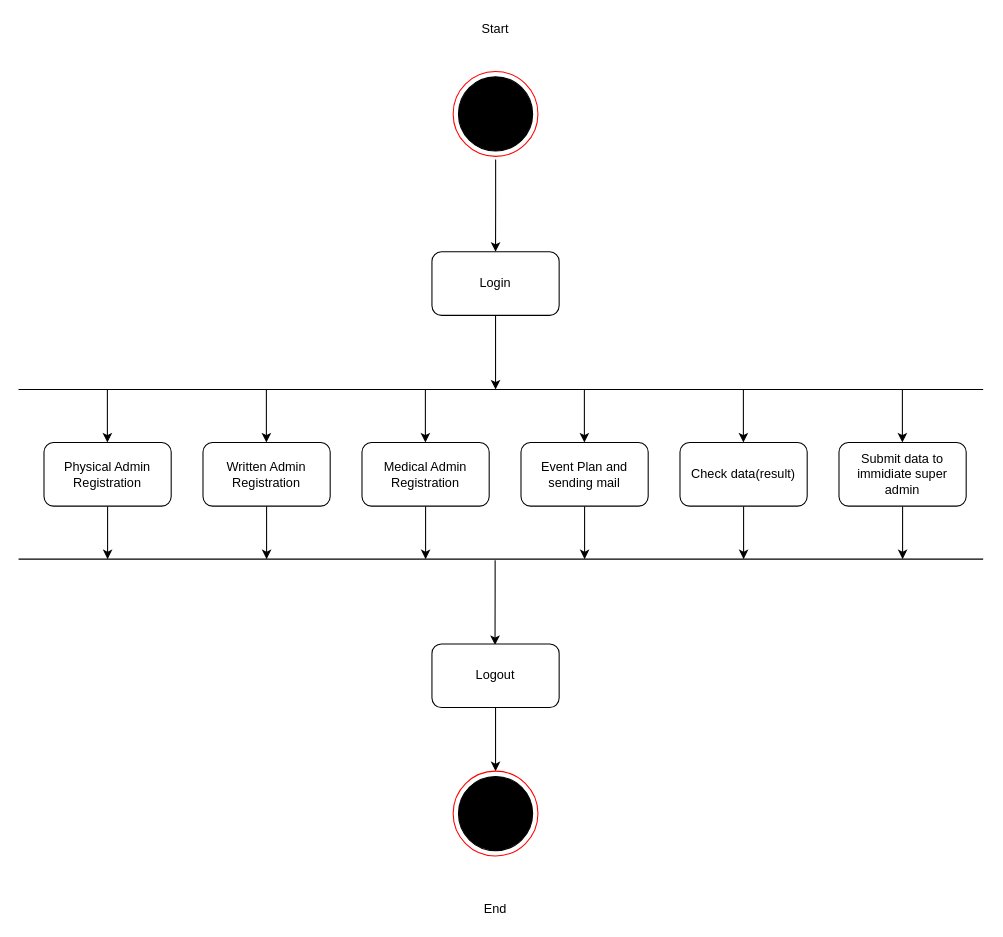
This is Documentation/Diagrams/Raw/Activity/Activity_City_Admin.drawio from phoenix-295/Police_Bharti, a draw.io file, before an edit. Source tidied: cells renumbered, new cells numbered last; positions are measured from the earlier drawing's top-left corner, leaving out a move shared by most shapes. Both pictures are drawn from the tidied source at 106%, with x=0, y=0 at pixel (18, 18).
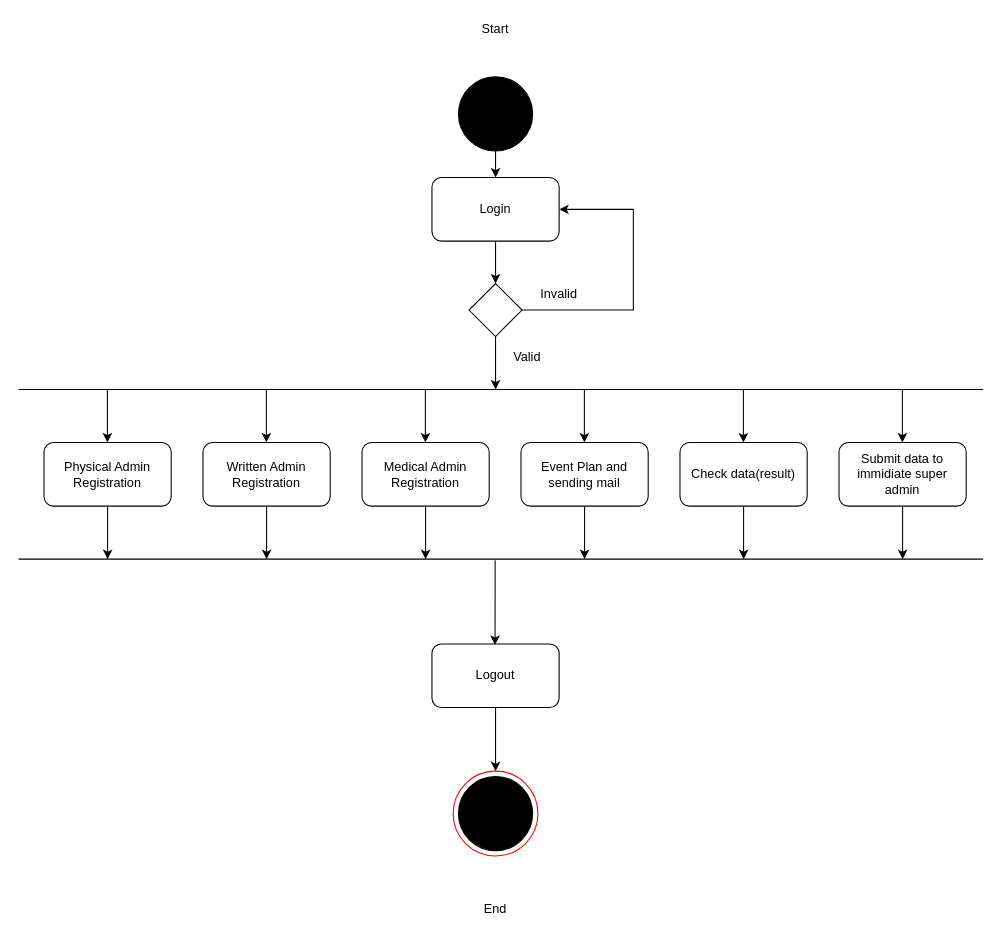
Above is the later version.

The change refers to these unchanged cells:
```xml
<mxCell id="2" style="group;" parent="1" vertex="1">
  <mxGeometry x="410" y="50" width="80" height="80" as="geometry" />
</mxCell>
<mxCell id="4" style="ellipse;whiteSpace=wrap;html=1;fillColor=#000000;" parent="2" vertex="1">
  <mxGeometry x="5" y="5" width="70" height="70" as="geometry" />
</mxCell>
```

What changed in the source:
```diff
@@
-    <mxCell id="3" style="ellipse;whiteSpace=wrap;html=1;strokeColor=#FF0000;" parent="2" vertex="1">
-      <mxGeometry width="80" height="80" as="geometry" />
-    </mxCell>
@@
-    <mxCell id="6" style="edgeStyle=orthogonalEdgeStyle;rounded=0;jettySize=auto;html=1;exitX=0.5;exitY=1;exitDx=0;exitDy=0;" parent="1" edge="1" source="7">
+    <mxCell id="6" style="edgeStyle=orthogonalEdgeStyle;rounded=0;jettySize=auto;html=1;exitX=0.5;exitY=1;exitDx=0;exitDy=0;" parent="1" edge="1" source="37">
       <mxGeometry relative="1" as="geometry">
         <mxPoint x="450" y="350" as="targetPoint" />
       </mxGeometry>
     </mxCell>
     <mxCell id="7" value="Login" style="rounded=1;whiteSpace=wrap;html=1;" parent="1" vertex="1">
-      <mxGeometry x="390" y="220" width="120" height="60" as="geometry" />
+      <mxGeometry x="390" y="150" width="120" height="60" as="geometry" />
     </mxCell>
@@
-    <mxCell id="22" style="edgeStyle=orthogonalEdgeStyle;rounded=0;jettySize=auto;html=1;entryX=0.5;entryY=0;entryDx=0;entryDy=0;exitX=0.501;exitY=1.037;exitDx=0;exitDy=0;exitPerimeter=0;" parent="1" edge="1" source="3" target="7">
-      <mxGeometry relative="1" as="geometry">
-        <Array as="points">
-          <mxPoint x="450" y="176" />
-          <mxPoint x="450" y="176" />
-        </Array>
-      </mxGeometry>
+    <mxCell id="22" style="edgeStyle=orthogonalEdgeStyle;rounded=0;jettySize=auto;html=1;entryX=0.5;entryY=0;entryDx=0;entryDy=0;exitX=0.5;exitY=1;exitDx=0;exitDy=0;" parent="1" edge="1" source="4" target="7">
+      <mxGeometry relative="1" as="geometry" />
     </mxCell>
@@
+    <mxCell id="36" style="edgeStyle=orthogonalEdgeStyle;rounded=0;jettySize=auto;html=1;exitX=1;exitY=0.5;exitDx=0;exitDy=0;entryX=1;entryY=0.5;entryDx=0;entryDy=0;" parent="1" edge="1" source="37" target="7">
+      <mxGeometry relative="1" as="geometry">
+        <Array as="points">
+          <mxPoint x="580" y="275" />
+          <mxPoint x="580" y="180" />
+        </Array>
+      </mxGeometry>
+    </mxCell>
+    <mxCell id="37" style="rhombus;whiteSpace=wrap;html=1;" parent="1" vertex="1">
+      <mxGeometry x="425" y="250" width="50" height="50" as="geometry" />
+    </mxCell>
+    <mxCell id="38" style="edgeStyle=orthogonalEdgeStyle;rounded=0;jettySize=auto;html=1;exitX=0.5;exitY=1;exitDx=0;exitDy=0;" parent="1" edge="1" source="7" target="37">
+      <mxGeometry relative="1" as="geometry" />
+    </mxCell>
+    <mxCell id="39" value="Invalid" style="text;html=1;strokeColor=none;fillColor=none;align=center;verticalAlign=middle;whiteSpace=wrap;rounded=0;" parent="1" vertex="1">
+      <mxGeometry x="490" y="250" width="40" height="20" as="geometry" />
+    </mxCell>
+    <mxCell id="40" value="Valid" style="text;html=1;strokeColor=none;fillColor=none;align=center;verticalAlign=middle;whiteSpace=wrap;rounded=0;" parent="1" vertex="1">
+      <mxGeometry x="460" y="310" width="40" height="20" as="geometry" />
+    </mxCell>
```
